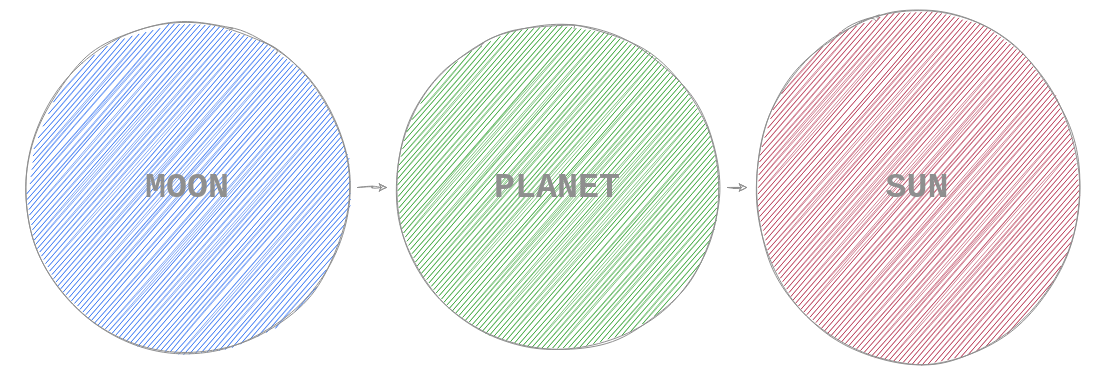
Above: page "0.0.4 2" (4 of 7) of 0. Introduction/Resources/The Theory/The Theory.drawio in hassanhabib/The-Standard (draw.io), before the change. Source tidied: cells renumbered, new cells numbered last; positions are measured from the earlier drawing's top-left corner, leaving out a move shared by most shapes. Both pictures are drawn from the tidied source at 100%, with x=0, y=0 at pixel (17, 17).
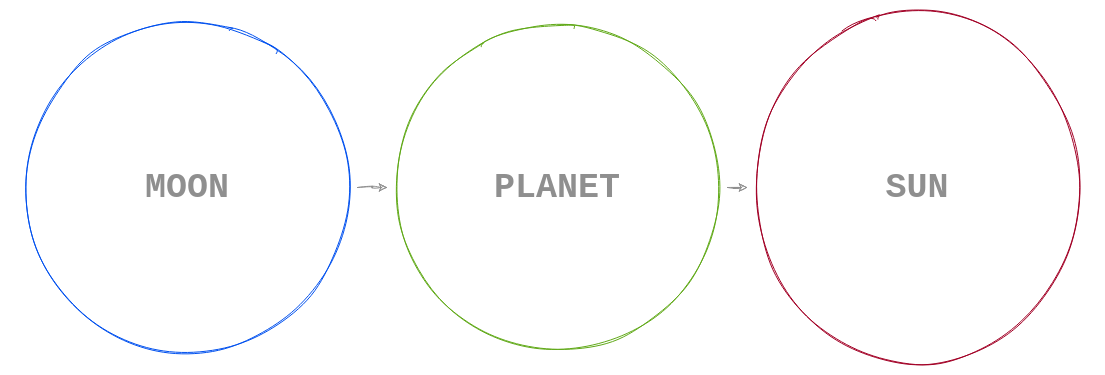
The same diagram, later.

What changed in the source:
```diff
@@
 <mxGraphModel>
   <root>
     <mxCell id="0" />
     <mxCell id="1" parent="0" />
-    <mxCell id="2" value="SUN" style="ellipse;whiteSpace=wrap;html=1;rounded=1;sketch=1;fillColor=#a20025;strokeColor=#8F8F8F;fontFamily=Courier New;fontStyle=1;fontSize=35;fontColor=#8F8F8F;" parent="1" vertex="1">
+    <mxCell id="2" value="SUN" style="ellipse;whiteSpace=wrap;html=1;rounded=1;sketch=1;fillColor=none;strokeColor=#A20025;fontFamily=Courier New;fontStyle=1;fontSize=35;fontColor=#8F8F8F;" parent="1" vertex="1">
       <mxGeometry x="730" width="340" height="340" as="geometry" />
     </mxCell>
     <mxCell id="3" style="edgeStyle=orthogonalEdgeStyle;curved=1;rounded=1;sketch=1;jettySize=auto;html=1;entryX=0;entryY=0.5;entryDx=0;entryDy=0;strokeColor=#8F8F8F;fontFamily=Courier New;fontStyle=1;fontColor=#8F8F8F;" parent="1" edge="1" source="4" target="2">
       <mxGeometry relative="1" as="geometry" />
     </mxCell>
-    <mxCell id="4" value="&lt;font style=&quot;font-size: 35px&quot;&gt;PLANET&lt;/font&gt;" style="ellipse;whiteSpace=wrap;html=1;rounded=1;sketch=1;fillColor=#008a00;strokeColor=#8F8F8F;fontFamily=Courier New;fontStyle=1;fontSize=25;fontColor=#8F8F8F;" parent="1" vertex="1">
+    <mxCell id="4" value="&lt;font style=&quot;font-size: 35px&quot;&gt;PLANET&lt;/font&gt;" style="ellipse;whiteSpace=wrap;html=1;rounded=1;sketch=1;fillColor=none;strokeColor=#60A917;fontFamily=Courier New;fontStyle=1;fontSize=25;fontColor=#8F8F8F;" parent="1" vertex="1">
       <mxGeometry x="370" width="340" height="340" as="geometry" />
     </mxCell>
     <mxCell id="5" style="edgeStyle=orthogonalEdgeStyle;curved=1;rounded=1;sketch=1;jettySize=auto;html=1;strokeColor=#8F8F8F;fontFamily=Courier New;fontStyle=1;fontColor=#8F8F8F;" parent="1" edge="1" source="6" target="4">
       <mxGeometry relative="1" as="geometry" />
     </mxCell>
-    <mxCell id="6" value="&lt;font style=&quot;font-size: 35px&quot;&gt;MOON&lt;/font&gt;" style="ellipse;whiteSpace=wrap;html=1;rounded=1;sketch=1;fillColor=#0050ef;strokeColor=#8F8F8F;fontFamily=Courier New;fontStyle=1;fontColor=#8F8F8F;" parent="1" vertex="1">
+    <mxCell id="6" value="&lt;font style=&quot;font-size: 35px&quot;&gt;MOON&lt;/font&gt;" style="ellipse;whiteSpace=wrap;html=1;rounded=1;sketch=1;fillColor=none;strokeColor=#0050EF;fontFamily=Courier New;fontStyle=1;fontColor=#8F8F8F;" parent="1" vertex="1">
       <mxGeometry width="340" height="340" as="geometry" />
     </mxCell>
   </root>
 </mxGraphModel>
```
